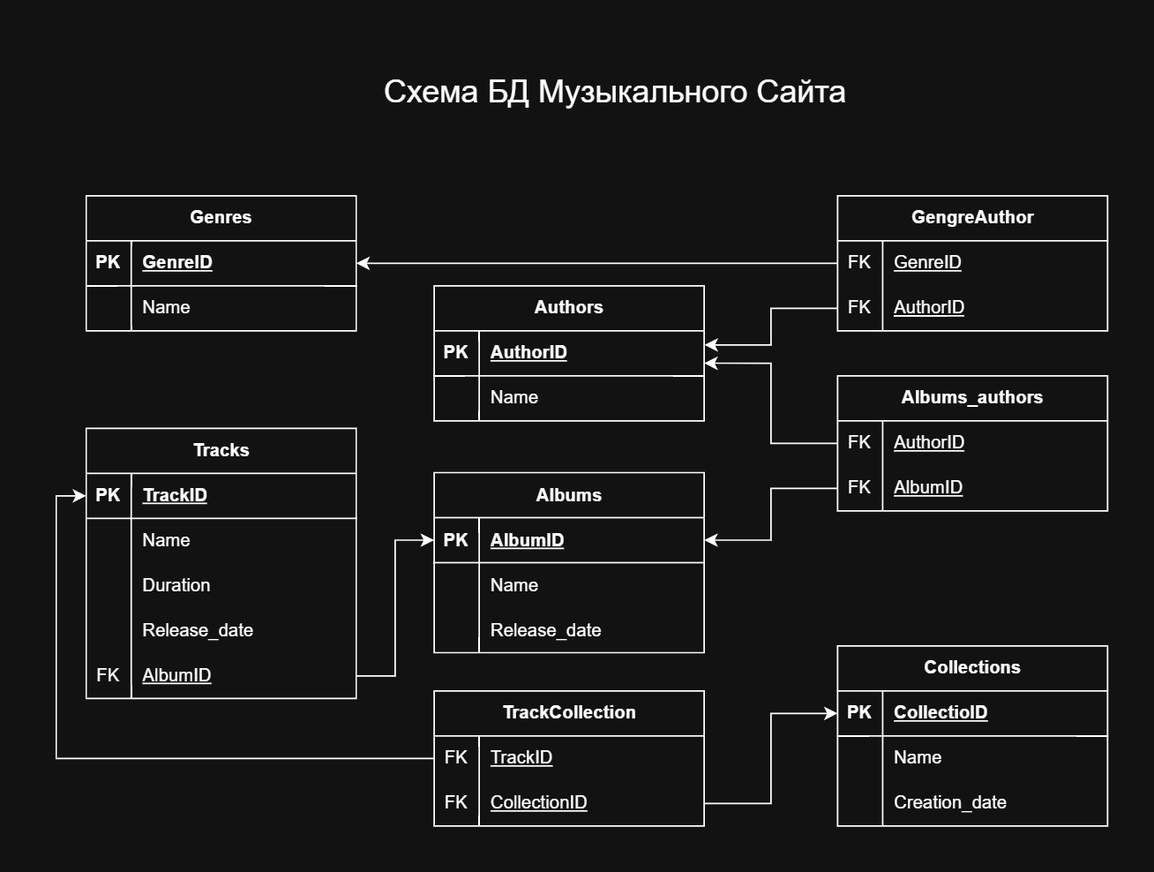
d13samoylyuk/music_service_DB keeps this draw.io diagram as DBMSNetology.drawio.png. Above is the earlier version. Source tidied: cells renumbered, new cells last; positions are measured from the earlier drawing's top-left corner, leaving out a move shared by most shapes.
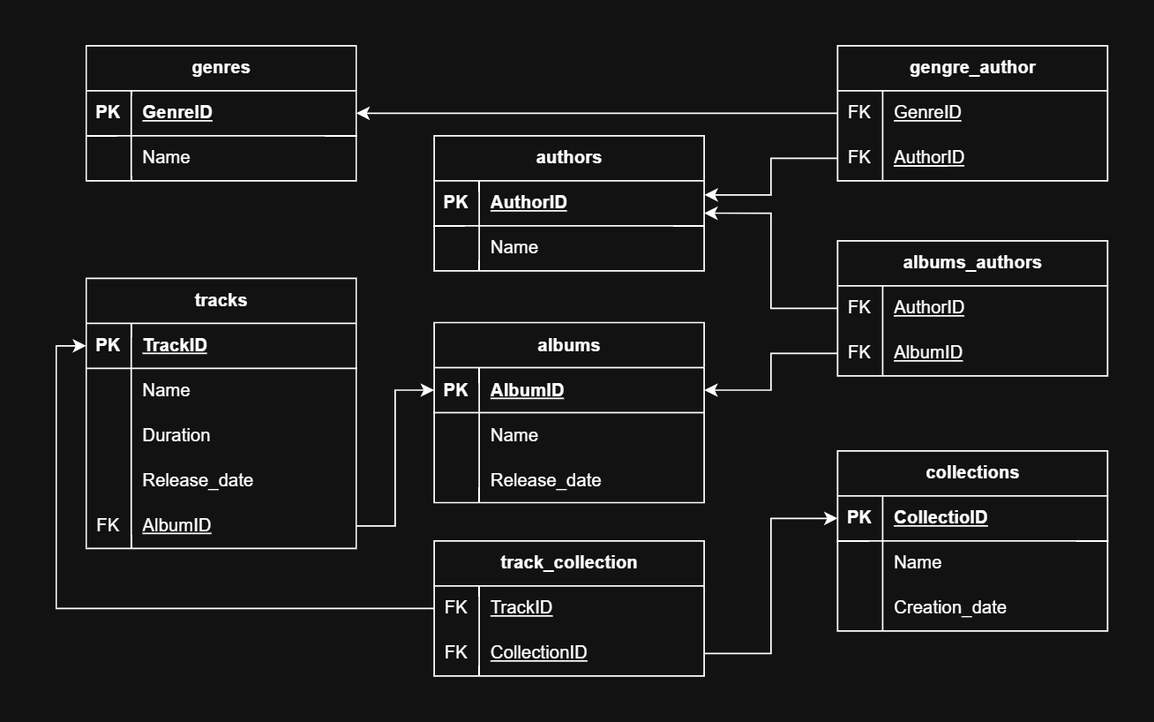
Later version of the same file.

Commit message:
scheme touchup

Change to the diagram source:
```diff
@@ -2,7 +2,7 @@
   <root>
     <mxCell id="0" />
     <mxCell id="1" parent="0" />
-    <mxCell id="2" value="Genres" style="shape=table;startSize=30;rowLines=0;fontStyle=1;align=center;html=1;" parent="1" vertex="1">
+    <mxCell id="2" value="genres" style="shape=table;startSize=30;rowLines=0;fontStyle=1;align=center;html=1;" parent="1" vertex="1">
       <mxGeometry y="100" width="180" height="90" as="geometry" />
     </mxCell>
     <mxCell id="3" style="shape=tableRow;horizontal=0;startSize=0;swimlaneHead=0;swimlaneBody=0;fillColor=none;points=[[0,0.5],[1,0.5]];portConstraint=eastwest;top=0;left=0;right=0;bottom=1;" parent="2" vertex="1">
@@ -23,7 +23,7 @@
     <mxCell id="8" value="Name" style="shape=partialRectangle;fillColor=none;top=0;left=0;bottom=0;right=0;align=left;spacingLeft=6;overflow=hidden;whiteSpace=wrap;html=1;" parent="6" vertex="1">
       <mxGeometry x="30" width="150" height="30" as="geometry" />
     </mxCell>
-    <mxCell id="9" value="Authors" style="shape=table;startSize=30;rowLines=0;fontStyle=1;align=center;html=1;" parent="1" vertex="1">
+    <mxCell id="9" value="authors" style="shape=table;startSize=30;rowLines=0;fontStyle=1;align=center;html=1;" parent="1" vertex="1">
       <mxGeometry x="232" y="160" width="180" height="90" as="geometry" />
     </mxCell>
     <mxCell id="10" style="shape=tableRow;horizontal=0;startSize=0;swimlaneHead=0;swimlaneBody=0;fillColor=none;points=[[0,0.5],[1,0.5]];portConstraint=eastwest;top=0;left=0;right=0;bottom=1;" parent="9" vertex="1">
@@ -44,7 +44,7 @@
     <mxCell id="15" value="Name" style="shape=partialRectangle;fillColor=none;top=0;left=0;bottom=0;right=0;align=left;spacingLeft=6;overflow=hidden;whiteSpace=wrap;html=1;" parent="13" vertex="1">
       <mxGeometry x="30" width="150" height="30" as="geometry" />
     </mxCell>
-    <mxCell id="16" value="Albums" style="shape=table;startSize=30;rowLines=0;fontStyle=1;align=center;html=1;" parent="1" vertex="1">
+    <mxCell id="16" value="albums" style="shape=table;startSize=30;rowLines=0;fontStyle=1;align=center;html=1;" parent="1" vertex="1">
       <mxGeometry x="232" y="284.5" width="180" height="120" as="geometry" />
     </mxCell>
     <mxCell id="17" style="shape=tableRow;horizontal=0;startSize=0;swimlaneHead=0;swimlaneBody=0;fillColor=none;points=[[0,0.5],[1,0.5]];portConstraint=eastwest;top=0;left=0;right=0;bottom=1;" parent="16" vertex="1">
@@ -74,7 +74,7 @@
     <mxCell id="25" value="Release_date&amp;nbsp;" style="shape=partialRectangle;fillColor=none;top=0;left=0;bottom=0;right=0;align=left;spacingLeft=6;overflow=hidden;whiteSpace=wrap;html=1;" parent="23" vertex="1">
       <mxGeometry x="30" width="150" height="30" as="geometry" />
     </mxCell>
-    <mxCell id="26" value="Tracks" style="shape=table;startSize=30;rowLines=0;fontStyle=1;align=center;html=1;" parent="1" vertex="1">
+    <mxCell id="26" value="tracks" style="shape=table;startSize=30;rowLines=0;fontStyle=1;align=center;html=1;" parent="1" vertex="1">
       <mxGeometry y="255" width="180" height="180" as="geometry" />
     </mxCell>
     <mxCell id="27" style="shape=tableRow;horizontal=0;startSize=0;swimlaneHead=0;swimlaneBody=0;fillColor=none;points=[[0,0.5],[1,0.5]];portConstraint=eastwest;top=0;left=0;right=0;bottom=1;" parent="26" vertex="1">
@@ -125,10 +125,7 @@
     <mxCell id="42" style="edgeStyle=orthogonalEdgeStyle;rounded=0;jettySize=auto;html=1;entryX=0;entryY=0.5;entryDx=0;entryDy=0;" parent="1" edge="1" source="39" target="17">
       <mxGeometry relative="1" as="geometry" />
     </mxCell>
-    <mxCell id="43" value="&lt;font style=&quot;font-size: 21px;&quot;&gt;Схема БД Музыкального Сайта&lt;/font&gt;" style="text;strokeColor=none;align=center;fillColor=none;html=1;verticalAlign=middle;whiteSpace=wrap;rounded=0;strokeWidth=1;" parent="1" vertex="1">
-      <mxGeometry x="173" width="360" height="60" as="geometry" />
-    </mxCell>
-    <mxCell id="44" value="GengreAuthor" style="shape=table;startSize=30;rowLines=0;fontStyle=1;align=center;html=1;" parent="1" vertex="1">
+    <mxCell id="44" value="gengre_author" style="shape=table;startSize=30;rowLines=0;fontStyle=1;align=center;html=1;" parent="1" vertex="1">
       <mxGeometry x="501" y="100" width="180" height="90" as="geometry" />
     </mxCell>
     <mxCell id="45" style="shape=tableRow;horizontal=0;startSize=0;swimlaneHead=0;swimlaneBody=0;fillColor=none;points=[[0,0.5],[1,0.5]];portConstraint=eastwest;top=0;left=0;right=0;bottom=0;" parent="44" vertex="1">
@@ -149,8 +146,8 @@
     <mxCell id="50" value="&lt;u&gt;Author&lt;/u&gt;ID" style="shape=partialRectangle;fillColor=none;top=0;left=0;bottom=0;right=0;align=left;spacingLeft=6;overflow=hidden;whiteSpace=wrap;html=1;fontStyle=4;" parent="48" vertex="1">
       <mxGeometry x="30" width="150" height="30" as="geometry" />
     </mxCell>
-    <mxCell id="51" value="Albums_authors" style="shape=table;startSize=30;rowLines=0;fontStyle=1;align=center;html=1;" parent="1" vertex="1">
-      <mxGeometry x="501" y="220" width="180" height="90" as="geometry" />
+    <mxCell id="51" value="albums_authors" style="shape=table;startSize=30;rowLines=0;fontStyle=1;align=center;html=1;" parent="1" vertex="1">
+      <mxGeometry x="501" y="230" width="180" height="90" as="geometry" />
     </mxCell>
     <mxCell id="52" style="shape=tableRow;horizontal=0;startSize=0;swimlaneHead=0;swimlaneBody=0;fillColor=none;points=[[0,0.5],[1,0.5]];portConstraint=eastwest;top=0;left=0;right=0;bottom=0;" parent="51" vertex="1">
       <mxGeometry y="30" width="180" height="30" as="geometry" />
@@ -170,8 +167,8 @@
     <mxCell id="57" value="&lt;u&gt;AlbumID&lt;/u&gt;" style="shape=partialRectangle;fillColor=none;top=0;left=0;bottom=0;right=0;align=left;spacingLeft=6;overflow=hidden;whiteSpace=wrap;html=1;" parent="55" vertex="1">
       <mxGeometry x="30" width="150" height="30" as="geometry" />
     </mxCell>
-    <mxCell id="58" value="Collections" style="shape=table;startSize=30;rowLines=0;fontStyle=1;align=center;html=1;" parent="1" vertex="1">
-      <mxGeometry x="501" y="400" width="180" height="120" as="geometry" />
+    <mxCell id="58" value="collections" style="shape=table;startSize=30;rowLines=0;fontStyle=1;align=center;html=1;" parent="1" vertex="1">
+      <mxGeometry x="501" y="370" width="180" height="120" as="geometry" />
     </mxCell>
     <mxCell id="59" style="shape=tableRow;horizontal=0;startSize=0;swimlaneHead=0;swimlaneBody=0;fillColor=none;points=[[0,0.5],[1,0.5]];portConstraint=eastwest;top=0;left=0;right=0;bottom=1;" parent="58" vertex="1">
       <mxGeometry y="30" width="180" height="30" as="geometry" />
@@ -220,7 +217,7 @@
         </Array>
       </mxGeometry>
     </mxCell>
-    <mxCell id="73" value="TrackCollection" style="shape=table;startSize=30;rowLines=0;fontStyle=1;align=center;html=1;" parent="1" vertex="1">
+    <mxCell id="73" value="track_collection" style="shape=table;startSize=30;rowLines=0;fontStyle=1;align=center;html=1;" parent="1" vertex="1">
       <mxGeometry x="232" y="430" width="180" height="90" as="geometry" />
     </mxCell>
     <mxCell id="74" style="shape=tableRow;horizontal=0;startSize=0;swimlaneHead=0;swimlaneBody=0;fillColor=none;points=[[0,0.5],[1,0.5]];portConstraint=eastwest;top=0;left=0;right=0;bottom=0;" parent="73" vertex="1">
```
